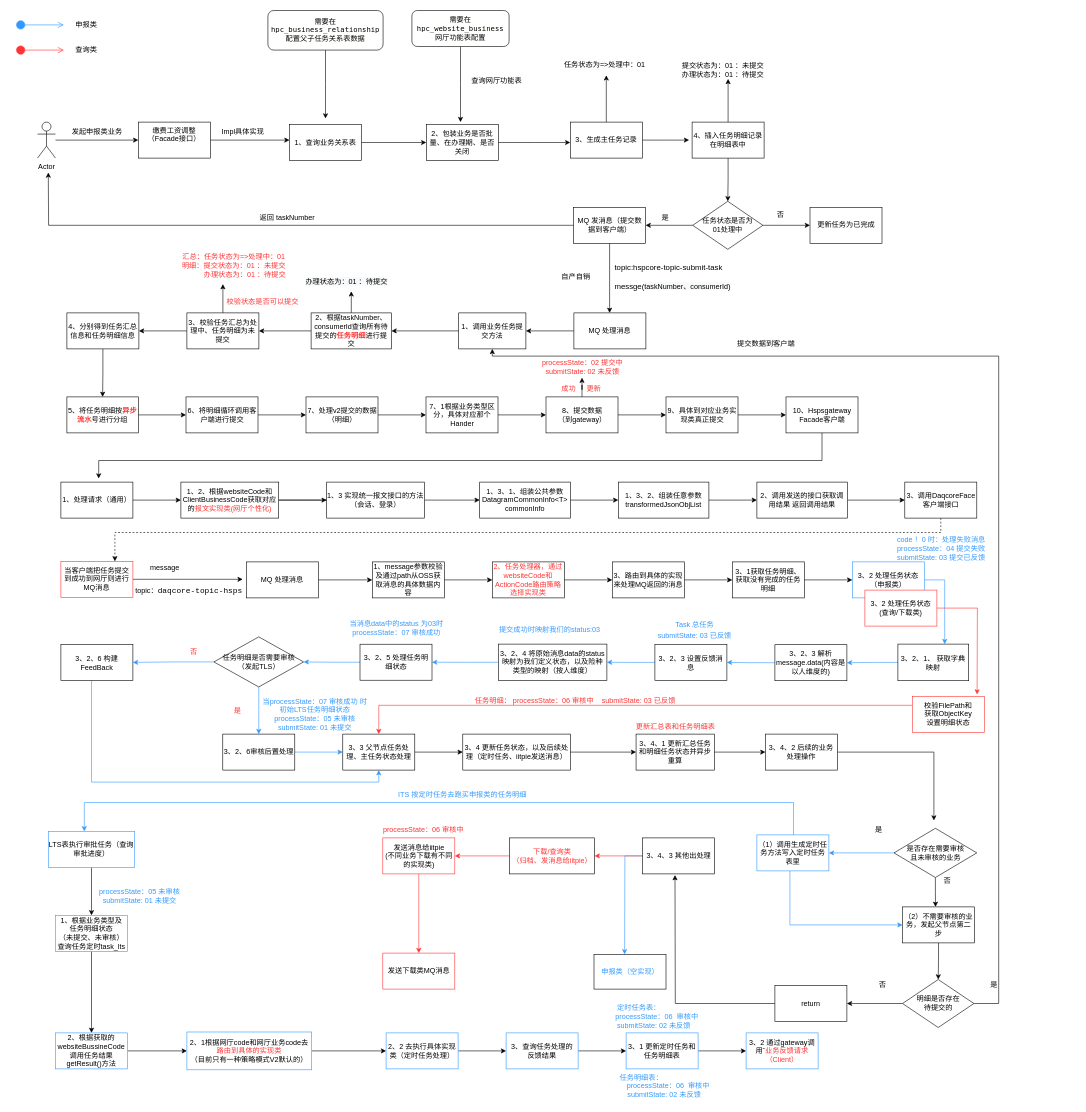
The draw.io diagram 人社底层详细解析流程图.drawio in YYB1024/myRemoteRepo, before the edit. Source tidied: cells renumbered, new cells numbered last; positions are measured from the earlier drawing's top-left corner, leaving out a move shared by most shapes. Both pictures are drawn from the tidied source at 60%, with x=0, y=0 at pixel (16, 10).
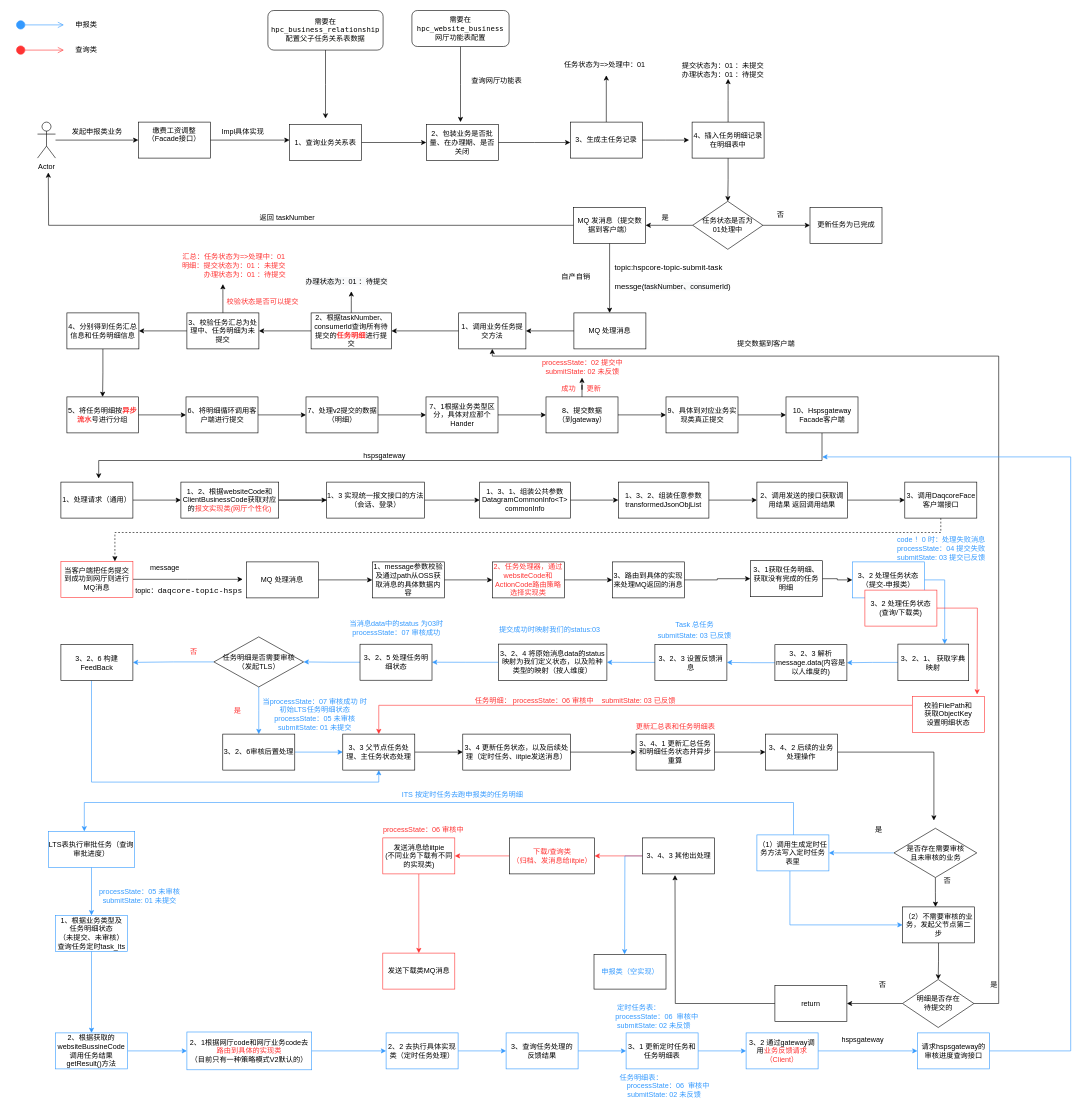
The same diagram, later.

Commit message:
更新人社底层详细解析流程图.drawio

The change refers to these unchanged cells:
```xml
<mxCell id="174" value="&lt;font color=&quot;#000000&quot;&gt;LTS表执行审批任务（查询审批进度）&lt;/font&gt;" style="rounded=0;whiteSpace=wrap;html=1;fontColor=#3399FF;strokeColor=#3399FF;" parent="1" vertex="1">
  <mxGeometry x="54" y="1368" width="144" height="60" as="geometry" />
</mxCell>
<mxCell id="176" value="&lt;font color=&quot;#000000&quot;&gt;1、根据业务类型及&lt;br&gt;任务明细状态&lt;br&gt;（未提交、未审核）查询任务定时task_lts&lt;/font&gt;" style="whiteSpace=wrap;html=1;strokeColor=#3399FF;fontColor=#3399FF;rounded=0;" parent="1" vertex="1">
  <mxGeometry x="66" y="1508" width="120" height="60" as="geometry" />
</mxCell>
<mxCell id="179" value="&lt;font color=&quot;#000000&quot;&gt;2、根据获取的websiteBussineCode调用任务结果getResult()方法&lt;/font&gt;" style="whiteSpace=wrap;html=1;strokeColor=#3399FF;fontColor=#3399FF;rounded=0;" parent="1" vertex="1">
  <mxGeometry x="66" y="1704" width="120" height="60" as="geometry" />
</mxCell>
<mxCell id="181" value="&lt;font color=&quot;#000000&quot;&gt;2、1根据网厅code和网厅业务code去&lt;/font&gt;&lt;font color=&quot;#ff3333&quot;&gt;路由到具体的实现类&lt;/font&gt;&lt;br&gt;&lt;font color=&quot;#000000&quot;&gt;（目前只有一种策略模式V2默认的）&lt;/font&gt;" style="whiteSpace=wrap;html=1;strokeColor=#3399FF;fontColor=#3399FF;rounded=0;" parent="1" vertex="1">
  <mxGeometry x="285" y="1702.5" width="208" height="63" as="geometry" />
</mxCell>
<mxCell id="183" value="&lt;font color=&quot;#000000&quot;&gt;2、2 去执行具体实现类（定时任务处理）&lt;/font&gt;" style="whiteSpace=wrap;html=1;strokeColor=#3399FF;fontColor=#3399FF;rounded=0;" parent="1" vertex="1">
  <mxGeometry x="617" y="1704" width="120" height="60" as="geometry" />
</mxCell>
<mxCell id="185" value="&lt;font color=&quot;#000000&quot;&gt;3、查询任务处理的&lt;br&gt;反馈结果&lt;/font&gt;" style="whiteSpace=wrap;html=1;strokeColor=#3399FF;fontColor=#3399FF;rounded=0;" parent="1" vertex="1">
  <mxGeometry x="817" y="1704" width="120" height="60" as="geometry" />
</mxCell>
<mxCell id="187" value="&lt;font color=&quot;#000000&quot;&gt;3、1 更新定时任务和任务明细表&lt;/font&gt;" style="whiteSpace=wrap;html=1;strokeColor=#3399FF;fontColor=#3399FF;rounded=0;" parent="1" vertex="1">
  <mxGeometry x="1017" y="1704" width="120" height="60" as="geometry" />
</mxCell>
```

The edit, as a diff of the source:
```diff
@@
     <mxCell id="102" value="3、1获取任务明细、获取没有完成的任务明细" style="whiteSpace=wrap;html=1;rounded=0;" parent="1" vertex="1">
-      <mxGeometry x="1194" y="919" width="120" height="60" as="geometry" />
+      <mxGeometry x="1224" y="917" width="120" height="60" as="geometry" />
     </mxCell>
@@
-    <mxCell id="104" value="3、2 处理任务状态&lt;br&gt;（申报类）" style="whiteSpace=wrap;html=1;rounded=0;strokeColor=#3399FF;" parent="1" vertex="1">
+    <mxCell id="104" value="3、2 处理任务状态&lt;br&gt;（提交-申报类）" style="whiteSpace=wrap;html=1;rounded=0;strokeColor=#3399FF;" parent="1" vertex="1">
       <mxGeometry x="1394" y="919" width="120" height="60" as="geometry" />
     </mxCell>
@@
-    <mxCell id="172" value="&lt;font color=&quot;#3399ff&quot;&gt;ITS 按定时任务去跑买申报类的任务明细&lt;/font&gt;" style="text;html=1;align=center;verticalAlign=middle;strokeColor=none;fillColor=none;fontColor=#FF3333;" parent="1" vertex="1">
-      <mxGeometry x="629.5" y="1296" width="228" height="24" as="geometry" />
+    <mxCell id="172" value="&lt;font color=&quot;#3399ff&quot;&gt;ITS 按定时任务去跑申报类的任务明细&lt;/font&gt;" style="text;html=1;align=center;verticalAlign=middle;strokeColor=none;fillColor=none;fontColor=#FF3333;" parent="1" vertex="1">
+      <mxGeometry x="635.5" y="1296" width="216" height="24" as="geometry" />
     </mxCell>
-    <mxCell id="173" style="edgeStyle=orthogonalEdgeStyle;rounded=0;jettySize=auto;html=1;" parent="1" edge="1" source="174" target="176">
+    <mxCell id="173" style="edgeStyle=orthogonalEdgeStyle;rounded=0;jettySize=auto;html=1;strokeColor=#3399FF;" parent="1" edge="1" source="174" target="176">
       <mxGeometry relative="1" as="geometry" />
     </mxCell>
@@
-    <mxCell id="175" style="edgeStyle=orthogonalEdgeStyle;rounded=0;jettySize=auto;html=1;fontColor=#000000;" parent="1" edge="1" source="176" target="179">
+    <mxCell id="175" style="edgeStyle=orthogonalEdgeStyle;rounded=0;jettySize=auto;html=1;fontColor=#000000;strokeColor=#3399FF;" parent="1" edge="1" source="176" target="179">
       <mxGeometry relative="1" as="geometry" />
     </mxCell>
@@
-    <mxCell id="178" style="edgeStyle=orthogonalEdgeStyle;rounded=0;jettySize=auto;html=1;fontColor=#000000;" parent="1" edge="1" source="179" target="181">
+    <mxCell id="178" style="edgeStyle=orthogonalEdgeStyle;rounded=0;jettySize=auto;html=1;fontColor=#000000;strokeColor=#3399FF;" parent="1" edge="1" source="179" target="181">
       <mxGeometry relative="1" as="geometry" />
     </mxCell>
@@
-    <mxCell id="180" style="edgeStyle=orthogonalEdgeStyle;rounded=0;jettySize=auto;html=1;fontColor=#FF3333;" parent="1" edge="1" source="181" target="183">
+    <mxCell id="180" style="edgeStyle=orthogonalEdgeStyle;rounded=0;jettySize=auto;html=1;fontColor=#000000;strokeColor=#3399FF;" parent="1" edge="1" source="181" target="183">
       <mxGeometry relative="1" as="geometry" />
     </mxCell>
@@
-    <mxCell id="182" style="edgeStyle=orthogonalEdgeStyle;rounded=0;jettySize=auto;html=1;fontColor=#000000;" parent="1" edge="1" source="183" target="185">
+    <mxCell id="182" style="edgeStyle=orthogonalEdgeStyle;rounded=0;jettySize=auto;html=1;fontColor=#000000;strokeColor=#3399FF;" parent="1" edge="1" source="183" target="185">
       <mxGeometry relative="1" as="geometry" />
     </mxCell>
@@
-    <mxCell id="184" style="edgeStyle=orthogonalEdgeStyle;rounded=0;jettySize=auto;html=1;fontFamily=Helvetica;fontSize=12;fontColor=#3399FF;" parent="1" edge="1" source="185" target="187">
+    <mxCell id="184" style="edgeStyle=orthogonalEdgeStyle;rounded=0;jettySize=auto;html=1;fontFamily=Helvetica;fontSize=11;fontColor=#000000;strokeColor=#3399FF;" parent="1" edge="1" source="185" target="187">
       <mxGeometry relative="1" as="geometry" />
     </mxCell>
@@
-    <mxCell id="186" style="edgeStyle=orthogonalEdgeStyle;rounded=0;jettySize=auto;html=1;fontFamily=Helvetica;fontSize=12;fontColor=#3399FF;" parent="1" edge="1" source="187" target="190">
+    <mxCell id="186" style="edgeStyle=orthogonalEdgeStyle;rounded=0;jettySize=auto;html=1;fontFamily=Helvetica;fontSize=11;fontColor=#000000;strokeColor=#3399FF;" parent="1" edge="1" source="187" target="190">
       <mxGeometry relative="1" as="geometry" />
     </mxCell>
@@
+    <mxCell id="191" style="edgeStyle=orthogonalEdgeStyle;rounded=0;jettySize=auto;html=1;strokeColor=#3399FF;fontColor=#000000;" parent="1" edge="1" source="190" target="194">
+      <mxGeometry relative="1" as="geometry" />
+    </mxCell>
-    <mxCell id="190" value="&lt;font color=&quot;#000000&quot;&gt;3、2 通过gateway调用ˇ&lt;/font&gt;&lt;font color=&quot;#ff3333&quot;&gt;业务反馈请求（Client）&lt;/font&gt;" style="whiteSpace=wrap;html=1;strokeColor=#3399FF;fontColor=#3399FF;rounded=0;" parent="1" vertex="1">
+    <mxCell id="190" value="&lt;font color=&quot;#000000&quot;&gt;3、2 通过gateway调用&lt;/font&gt;&lt;font color=&quot;#ff3333&quot;&gt;业务反馈请求（Client）&lt;/font&gt;" style="whiteSpace=wrap;html=1;strokeColor=#3399FF;fontColor=#3399FF;rounded=0;" parent="1" vertex="1">
       <mxGeometry x="1217" y="1704" width="120" height="60" as="geometry" />
     </mxCell>
+    <mxCell id="192" value="hspsgateway" style="text;html=1;align=center;verticalAlign=middle;strokeColor=none;fillColor=none;" parent="1" vertex="1">
+      <mxGeometry x="572" y="730" width="84" height="24" as="geometry" />
+    </mxCell>
+    <mxCell id="193" style="edgeStyle=orthogonalEdgeStyle;rounded=0;jettySize=auto;html=1;fontColor=#000000;strokeColor=#3399FF;" parent="1" edge="1" source="194">
+      <mxGeometry relative="1" as="geometry">
+        <mxPoint x="1344" y="744" as="targetPoint" />
+        <Array as="points">
+          <mxPoint x="1758" y="1734" />
+          <mxPoint x="1758" y="744" />
+        </Array>
+      </mxGeometry>
+    </mxCell>
+    <mxCell id="194" value="&lt;font color=&quot;#000000&quot;&gt;请求hspsgateway的审核进度查询接口&lt;/font&gt;" style="whiteSpace=wrap;html=1;strokeColor=#3399FF;fontColor=#3399FF;rounded=0;" parent="1" vertex="1">
+      <mxGeometry x="1502.5" y="1704" width="120" height="60" as="geometry" />
+    </mxCell>
+    <mxCell id="195" value="hspsgateway" style="text;html=1;align=center;verticalAlign=middle;strokeColor=none;fillColor=none;fontColor=#000000;" parent="1" vertex="1">
+      <mxGeometry x="1368.7" y="1704" width="84" height="24" as="geometry" />
+    </mxCell>
```
